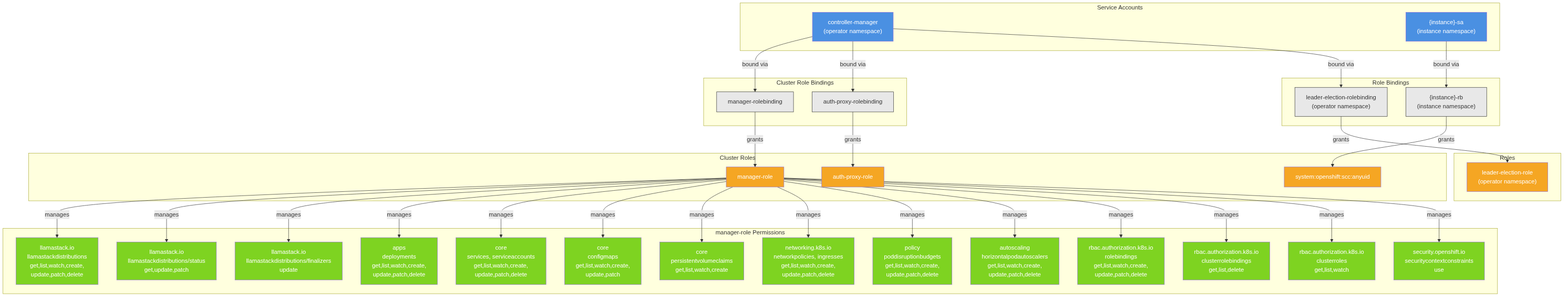
Before: architecture/rhoai.next/diagrams/llama-stack-k8s-operator-rbac.png, a diagram exported from Mermaid (rhuss/architecture-context). Its source is kept beside it as architecture/rhoai.next/diagrams/llama-stack-k8s-operator-rbac.mmd.
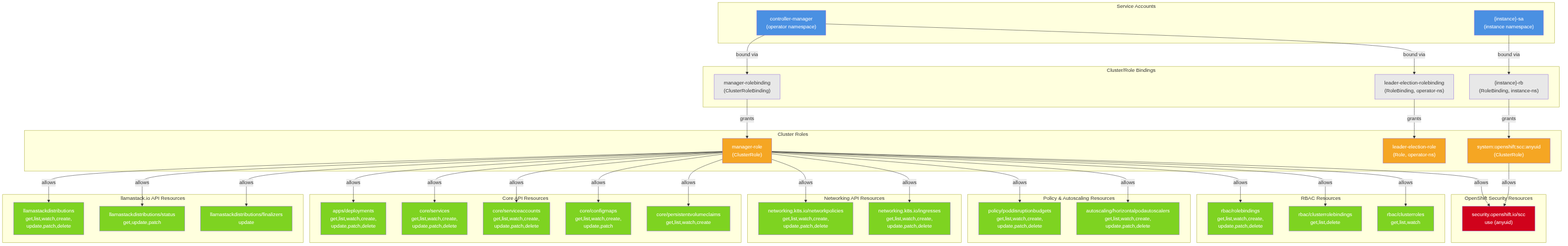
The same file after the commit.

What changed in the source:
```diff
@@ -1,93 +1,103 @@
 graph TD
     subgraph ServiceAccounts["Service Accounts"]
-        SA_CM["controller-manager<br/>(operator namespace)"]
+        SA_Manager["controller-manager<br/>(operator namespace)"]
         SA_Instance["{instance}-sa<br/>(instance namespace)"]
     end
 
-    subgraph ClusterRoleBindings["Cluster Role Bindings"]
-        CRB_Manager["manager-rolebinding"]
-        CRB_AuthProxy["auth-proxy-rolebinding"]
-    end
-
-    subgraph RoleBindings["Role Bindings"]
-        RB_Leader["leader-election-rolebinding<br/>(operator namespace)"]
-        RB_Instance["{instance}-rb<br/>(instance namespace)"]
+    subgraph ClusterRoleBindings["Cluster/Role Bindings"]
+        CRB_Manager["manager-rolebinding<br/>(ClusterRoleBinding)"]
+        RB_Leader["leader-election-rolebinding<br/>(RoleBinding, operator-ns)"]
+        RB_Instance["{instance}-rb<br/>(RoleBinding, instance-ns)"]
     end
 
     subgraph ClusterRoles["Cluster Roles"]
-        CR_Manager["manager-role"]
-        CR_AuthProxy["auth-proxy-role"]
-        CR_AnyUID["system:openshift:scc:anyuid"]
+        CR_Manager["manager-role<br/>(ClusterRole)"]
+        CR_LeaderElection["leader-election-role<br/>(Role, operator-ns)"]
+        CR_AnyUID["system:openshift:scc:anyuid<br/>(ClusterRole)"]
     end
 
-    subgraph Roles["Roles"]
-        R_Leader["leader-election-role<br/>(operator namespace)"]
+    subgraph LlamaStackResources["llamastack.io API Resources"]
+        LSD["llamastackdistributions<br/>get,list,watch,create,<br/>update,patch,delete"]
+        LSD_Status["llamastackdistributions/status<br/>get,update,patch"]
+        LSD_Finalizers["llamastackdistributions/finalizers<br/>update"]
     end
 
-    subgraph APIResources_CR["manager-role Permissions"]
-        LSD["llamastack.io<br/>llamastackdistributions<br/>get,list,watch,create,<br/>update,patch,delete"]
-        LSD_Status["llamastack.io<br/>llamastackdistributions/status<br/>get,update,patch"]
-        LSD_Finalizers["llamastack.io<br/>llamastackdistributions/finalizers<br/>update"]
-        Deployments["apps<br/>deployments<br/>get,list,watch,create,<br/>update,patch,delete"]
-        Services["core<br/>services, serviceaccounts<br/>get,list,watch,create,<br/>update,patch,delete"]
-        ConfigMaps["core<br/>configmaps<br/>get,list,watch,create,<br/>update,patch"]
-        PVCs["core<br/>persistentvolumeclaims<br/>get,list,watch,create"]
-        NetPol["networking.k8s.io<br/>networkpolicies, ingresses<br/>get,list,watch,create,<br/>update,patch,delete"]
-        PDBs["policy<br/>poddisruptionbudgets<br/>get,list,watch,create,<br/>update,patch,delete"]
-        HPAs["autoscaling<br/>horizontalpodautoscalers<br/>get,list,watch,create,<br/>update,patch,delete"]
-        RoleBindingsRes["rbac.authorization.k8s.io<br/>rolebindings<br/>get,list,watch,create,<br/>update,patch,delete"]
-        CRBRes["rbac.authorization.k8s.io<br/>clusterrolebindings<br/>get,list,delete"]
-        CRRes["rbac.authorization.k8s.io<br/>clusterroles<br/>get,list,watch"]
-        SCCs["security.openshift.io<br/>securitycontextconstraints<br/>use"]
+    subgraph CoreResources["Core API Resources"]
+        Deployments["apps/deployments<br/>get,list,watch,create,<br/>update,patch,delete"]
+        Services["core/services<br/>get,list,watch,create,<br/>update,patch,delete"]
+        ServiceAccts["core/serviceaccounts<br/>get,list,watch,create,<br/>update,patch,delete"]
+        ConfigMaps["core/configmaps<br/>get,list,watch,create,<br/>update,patch"]
+        PVCs["core/persistentvolumeclaims<br/>get,list,watch,create"]
     end
 
-    SA_CM -->|bound via| CRB_Manager
-    SA_CM -->|bound via| CRB_AuthProxy
-    SA_CM -->|bound via| RB_Leader
+    subgraph NetworkResources["Networking API Resources"]
+        NetworkPolicies["networking.k8s.io/networkpolicies<br/>get,list,watch,create,<br/>update,patch,delete"]
+        Ingresses["networking.k8s.io/ingresses<br/>get,list,watch,create,<br/>update,patch,delete"]
+    end
 
-    CRB_Manager -->|grants| CR_Manager
-    CRB_AuthProxy -->|grants| CR_AuthProxy
-    RB_Leader -->|grants| R_Leader
+    subgraph PolicyResources["Policy & Autoscaling Resources"]
+        PDBs["policy/poddisruptionbudgets<br/>get,list,watch,create,<br/>update,patch,delete"]
+        HPAs["autoscaling/horizontalpodautoscalers<br/>get,list,watch,create,<br/>update,patch,delete"]
+    end
 
-    SA_Instance -->|bound via| RB_Instance
-    RB_Instance -->|grants| CR_AnyUID
+    subgraph RBACResources["RBAC Resources"]
+        RoleBindings["rbac/rolebindings<br/>get,list,watch,create,<br/>update,patch,delete"]
+        ClusterRoleBindingsRes["rbac/clusterrolebindings<br/>get,list,delete"]
+        ClusterRolesRes["rbac/clusterroles<br/>get,list,watch"]
+    end
 
-    CR_Manager -->|manages| LSD
-    CR_Manager -->|manages| LSD_Status
-    CR_Manager -->|manages| LSD_Finalizers
-    CR_Manager -->|manages| Deployments
-    CR_Manager -->|manages| Services
-    CR_Manager -->|manages| ConfigMaps
-    CR_Manager -->|manages| PVCs
-    CR_Manager -->|manages| NetPol
-    CR_Manager -->|manages| PDBs
-    CR_Manager -->|manages| HPAs
-    CR_Manager -->|manages| RoleBindingsRes
-    CR_Manager -->|manages| CRBRes
-    CR_Manager -->|manages| CRRes
-    CR_Manager -->|manages| SCCs
+    subgraph SecurityResources["OpenShift Security Resources"]
+        SCCs["security.openshift.io/scc<br/>use (anyuid)"]
+    end
 
-    style SA_CM fill:#4a90e2,color:#fff
+    SA_Manager -->|"bound via"| CRB_Manager
+    CRB_Manager -->|"grants"| CR_Manager
+    SA_Manager -->|"bound via"| RB_Leader
+    RB_Leader -->|"grants"| CR_LeaderElection
+
+    SA_Instance -->|"bound via"| RB_Instance
+    RB_Instance -->|"grants"| CR_AnyUID
+
+    CR_Manager -->|"allows"| LSD
+    CR_Manager -->|"allows"| LSD_Status
+    CR_Manager -->|"allows"| LSD_Finalizers
+    CR_Manager -->|"allows"| Deployments
+    CR_Manager -->|"allows"| Services
+    CR_Manager -->|"allows"| ServiceAccts
+    CR_Manager -->|"allows"| ConfigMaps
+    CR_Manager -->|"allows"| PVCs
+    CR_Manager -->|"allows"| NetworkPolicies
+    CR_Manager -->|"allows"| Ingresses
+    CR_Manager -->|"allows"| PDBs
+    CR_Manager -->|"allows"| HPAs
+    CR_Manager -->|"allows"| RoleBindings
+    CR_Manager -->|"allows"| ClusterRoleBindingsRes
+    CR_Manager -->|"allows"| ClusterRolesRes
+    CR_Manager -->|"allows"| SCCs
+
+    CR_AnyUID -->|"allows"| SCCs
+
+    style SA_Manager fill:#4a90e2,color:#fff
     style SA_Instance fill:#4a90e2,color:#fff
     style CR_Manager fill:#f5a623,color:#fff
-    style CR_AuthProxy fill:#f5a623,color:#fff
+    style CR_LeaderElection fill:#f5a623,color:#fff
     style CR_AnyUID fill:#f5a623,color:#fff
-    style R_Leader fill:#f5a623,color:#fff
-    style CRB_Manager fill:#e8e8e8,stroke:#333
-    style CRB_AuthProxy fill:#e8e8e8,stroke:#333
-    style RB_Leader fill:#e8e8e8,stroke:#333
-    style RB_Instance fill:#e8e8e8,stroke:#333
+    style CRB_Manager fill:#e8e8e8
+    style RB_Leader fill:#e8e8e8
+    style RB_Instance fill:#e8e8e8
     style LSD fill:#7ed321,color:#fff
     style LSD_Status fill:#7ed321,color:#fff
     style LSD_Finalizers fill:#7ed321,color:#fff
     style Deployments fill:#7ed321,color:#fff
     style Services fill:#7ed321,color:#fff
+    style ServiceAccts fill:#7ed321,color:#fff
     style ConfigMaps fill:#7ed321,color:#fff
     style PVCs fill:#7ed321,color:#fff
-    style NetPol fill:#7ed321,color:#fff
+    style NetworkPolicies fill:#7ed321,color:#fff
+    style Ingresses fill:#7ed321,color:#fff
     style PDBs fill:#7ed321,color:#fff
     style HPAs fill:#7ed321,color:#fff
-    style RoleBindingsRes fill:#7ed321,color:#fff
-    style CRBRes fill:#7ed321,color:#fff
-    style CRRes fill:#7ed321,color:#fff
-    style SCCs fill:#7ed321,color:#fff
+    style RoleBindings fill:#7ed321,color:#fff
+    style ClusterRoleBindingsRes fill:#7ed321,color:#fff
+    style ClusterRolesRes fill:#7ed321,color:#fff
+    style SCCs fill:#d0021b,color:#fff
```
